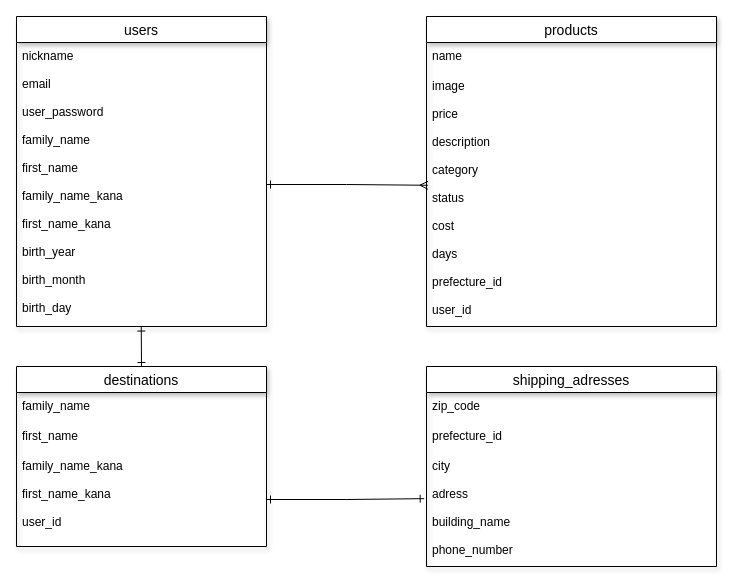
Earlier version of the draw.io diagram furima.dio (toooooku/furima-34813). Source tidied: cells renumbered, new cells numbered last; positions are measured from the earlier drawing's top-left corner, leaving out a move shared by most shapes. Both pictures are drawn from the tidied source at 100%, with x=0, y=0 at pixel (16, 16).
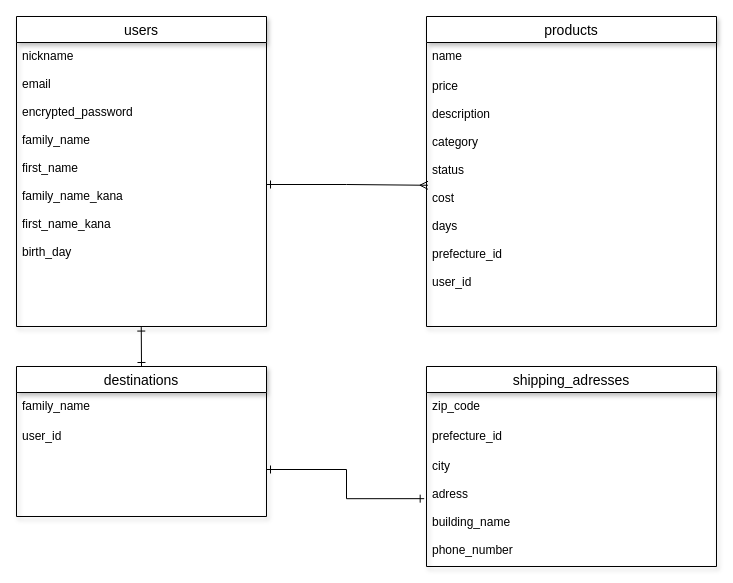
Above is the later version.

Commit message (it also covers changes not shown here):
データベース設計の修正

Diff of the diagram source:
```diff
@@
 <mxGraphModel>
   <root>
     <mxCell id="0" />
     <mxCell id="1" parent="0" />
     <mxCell id="2" value="users" style="swimlane;fontStyle=0;horizontal=1;startSize=26;align=center;fontSize=14;shadow=1;" parent="1" vertex="1">
       <mxGeometry width="250" height="310" as="geometry" />
     </mxCell>
-    <mxCell id="3" value="nickname&#10;&#10;email&#10;&#10;user_password&#10;&#10;family_name&#10;&#10;first_name&#10;&#10;family_name_kana&#10;&#10;first_name_kana&#10;&#10;birth_year&#10;&#10;birth_month&#10;&#10;birth_day&#10;&#10;&#10;&#10;" style="text;strokeColor=none;fillColor=none;spacingLeft=4;spacingRight=4;overflow=hidden;points=[[0,0.5],[1,0.5]];portConstraint=eastwest;fontSize=12;" parent="2" vertex="1">
+    <mxCell id="3" value="nickname&#10;&#10;email&#10;&#10;encrypted_password&#10;&#10;family_name&#10;&#10;first_name&#10;&#10;family_name_kana&#10;&#10;first_name_kana&#10;&#10;birth_day&#10;&#10;&#10;&#10;" style="text;strokeColor=none;fillColor=none;spacingLeft=4;spacingRight=4;overflow=hidden;points=[[0,0.5],[1,0.5]];portConstraint=eastwest;fontSize=12;" parent="2" vertex="1">
       <mxGeometry y="26" width="250" height="284" as="geometry" />
     </mxCell>
     <mxCell id="4" value="products" style="swimlane;fontStyle=0;horizontal=1;startSize=26;align=center;fontSize=14;shadow=1;" parent="1" vertex="1">
       <mxGeometry x="410" width="290" height="310" as="geometry" />
     </mxCell>
     <mxCell id="5" value="name&#10;" style="text;strokeColor=none;fillColor=none;spacingLeft=4;spacingRight=4;overflow=hidden;fontSize=12;" parent="4" vertex="1">
       <mxGeometry y="26" width="290" height="30" as="geometry" />
     </mxCell>
-    <mxCell id="6" value="image&#10;&#10;price&#10;&#10;description&#10;&#10;category&#10;&#10;status&#10;&#10;cost&#10;&#10;days&#10;&#10;prefecture_id&#10;&#10;user_id&#10;&#10;" style="text;strokeColor=none;fillColor=none;spacingLeft=4;spacingRight=4;overflow=hidden;points=[[0,0.5],[1,0.5]];portConstraint=eastwest;fontSize=12;" parent="4" vertex="1">
+    <mxCell id="6" value="price&#10;&#10;description&#10;&#10;category&#10;&#10;status&#10;&#10;cost&#10;&#10;days&#10;&#10;prefecture_id&#10;&#10;user_id&#10;&#10;" style="text;strokeColor=none;fillColor=none;spacingLeft=4;spacingRight=4;overflow=hidden;points=[[0,0.5],[1,0.5]];portConstraint=eastwest;fontSize=12;" parent="4" vertex="1">
       <mxGeometry y="56" width="290" height="254" as="geometry" />
     </mxCell>
     <mxCell id="7" style="edgeStyle=orthogonalEdgeStyle;rounded=0;jettySize=auto;html=1;exitX=0.5;exitY=0;exitDx=0;exitDy=0;startArrow=ERone;startFill=0;endArrow=ERone;endFill=0;entryX=0.499;entryY=1.002;entryDx=0;entryDy=0;entryPerimeter=0;" parent="1" edge="1" source="8" target="3">
       <mxGeometry relative="1" as="geometry" />
     </mxCell>
     <mxCell id="8" value="destinations" style="swimlane;fontStyle=0;horizontal=1;startSize=26;align=center;fontSize=14;shadow=1;" parent="1" vertex="1">
-      <mxGeometry y="350" width="250" height="180" as="geometry" />
+      <mxGeometry y="350" width="250" height="150" as="geometry" />
     </mxCell>
     <mxCell id="9" value="family_name&#10;&#10;" style="text;strokeColor=none;fillColor=none;spacingLeft=4;spacingRight=4;overflow=hidden;fontSize=12;" parent="8" vertex="1">
       <mxGeometry y="26" width="250" height="30" as="geometry" />
     </mxCell>
-    <mxCell id="10" value="first_name" style="text;strokeColor=none;fillColor=none;spacingLeft=4;spacingRight=4;overflow=hidden;fontSize=12;" parent="8" vertex="1">
-      <mxGeometry y="56" width="250" height="30" as="geometry" />
-    </mxCell>
-    <mxCell id="11" value="family_name_kana&#10;&#10;first_name_kana&#10;&#10;user_id&#10;&#10;" style="text;strokeColor=none;fillColor=none;spacingLeft=4;spacingRight=4;overflow=hidden;points=[[0,0.5],[1,0.5]];portConstraint=eastwest;fontSize=12;" parent="8" vertex="1">
-      <mxGeometry y="86" width="250" height="94" as="geometry" />
+    <mxCell id="11" value="user_id&#10;&#10;" style="text;strokeColor=none;fillColor=none;spacingLeft=4;spacingRight=4;overflow=hidden;points=[[0,0.5],[1,0.5]];portConstraint=eastwest;fontSize=12;" parent="8" vertex="1">
+      <mxGeometry y="56" width="250" height="94" as="geometry" />
     </mxCell>
     <mxCell id="12" value="shipping_adresses" style="swimlane;fontStyle=0;horizontal=1;startSize=26;align=center;fontSize=14;shadow=1;" parent="1" vertex="1">
       <mxGeometry x="410" y="350" width="290" height="200" as="geometry" />
     </mxCell>
     <mxCell id="13" value="zip_code&#10;&#10;" style="text;strokeColor=none;fillColor=none;spacingLeft=4;spacingRight=4;overflow=hidden;fontSize=12;" parent="12" vertex="1">
       <mxGeometry y="26" width="290" height="30" as="geometry" />
     </mxCell>
     <mxCell id="14" value="prefecture_id&#10;&#10;" style="text;strokeColor=none;fillColor=none;spacingLeft=4;spacingRight=4;overflow=hidden;fontSize=12;" parent="12" vertex="1">
       <mxGeometry y="56" width="290" height="30" as="geometry" />
     </mxCell>
     <mxCell id="15" value="city&#10;&#10;adress&#10;&#10;building_name&#10;&#10;phone_number&#10;&#10;" style="text;strokeColor=none;fillColor=none;spacingLeft=4;spacingRight=4;overflow=hidden;points=[[0,0.5],[1,0.5]];portConstraint=eastwest;fontSize=12;" parent="12" vertex="1">
       <mxGeometry y="86" width="290" height="114" as="geometry" />
     </mxCell>
     <mxCell id="16" style="edgeStyle=orthogonalEdgeStyle;rounded=0;jettySize=auto;html=1;exitX=1;exitY=0.5;exitDx=0;exitDy=0;entryX=0.005;entryY=0.444;entryDx=0;entryDy=0;entryPerimeter=0;endArrow=ERmany;endFill=0;startArrow=ERone;startFill=0;" parent="1" edge="1" source="3" target="6">
       <mxGeometry relative="1" as="geometry" />
     </mxCell>
     <mxCell id="17" style="edgeStyle=orthogonalEdgeStyle;rounded=0;jettySize=auto;html=1;exitX=1;exitY=0.5;exitDx=0;exitDy=0;entryX=-0.008;entryY=0.405;entryDx=0;entryDy=0;entryPerimeter=0;startArrow=ERone;startFill=0;endArrow=ERone;endFill=0;" parent="1" edge="1" source="11" target="15">
       <mxGeometry relative="1" as="geometry" />
     </mxCell>
   </root>
 </mxGraphModel>
```
